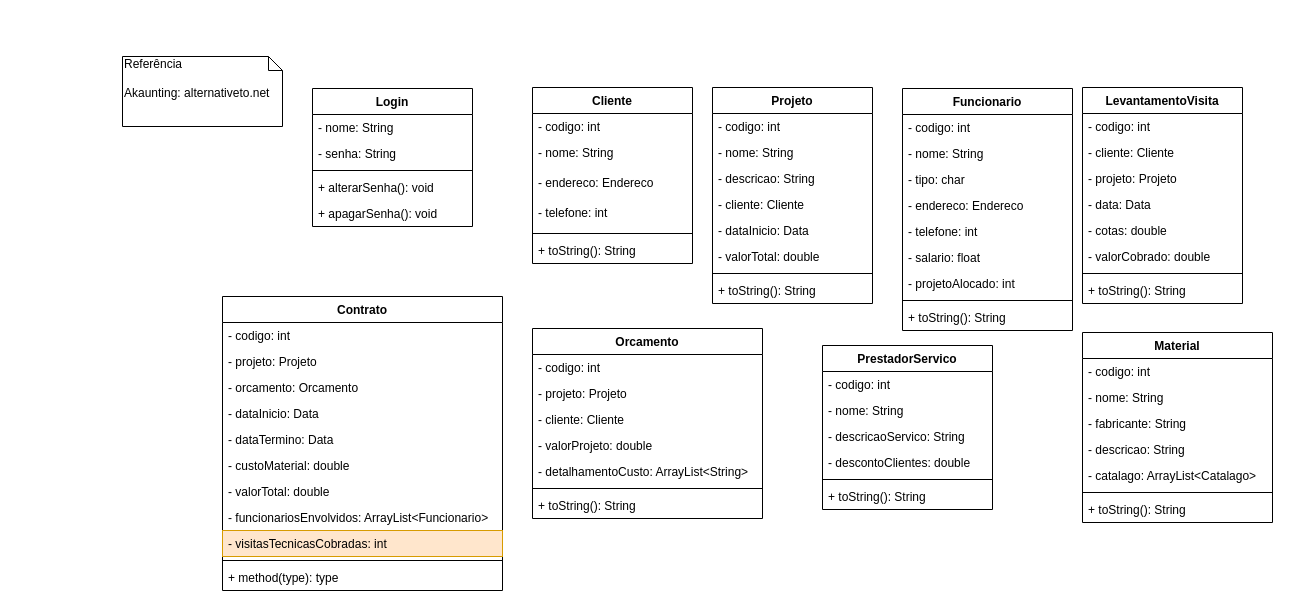
The draw.io diagram Uml_lp2.drawio in diegolima362/arquitetura, before the edit. Source tidied: cells renumbered, new cells numbered last; positions are measured from the earlier drawing's top-left corner, leaving out a move shared by most shapes. Both pictures are drawn from the tidied source at 100%, with x=0, y=0 at pixel (122, 56).
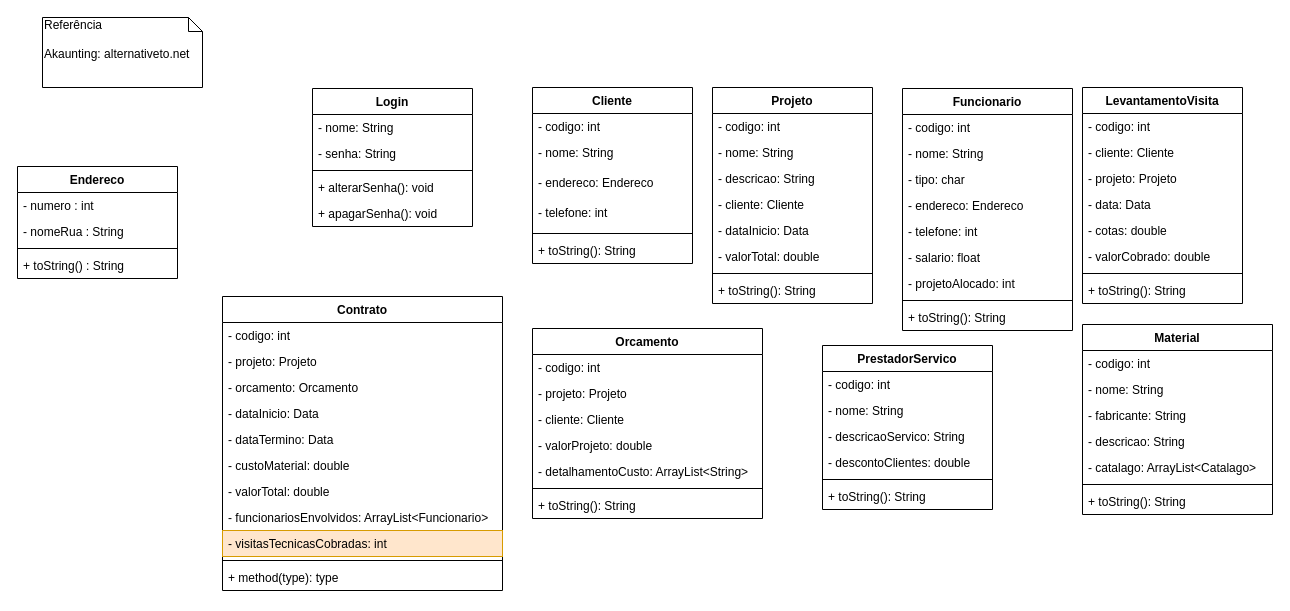
After the change.

What changed in the source:
```diff
@@
     <mxCell id="44" value="Material" style="swimlane;fontStyle=1;align=center;verticalAlign=top;horizontal=1;startSize=26;fillColor=none;gradientColor=none;" parent="1" vertex="1">
-      <mxGeometry x="960" y="276" width="190" height="190" as="geometry" />
+      <mxGeometry x="960" y="268" width="190" height="190" as="geometry" />
     </mxCell>
@@
     <mxCell id="78" value="&lt;div&gt;Referência&lt;/div&gt;&lt;div&gt;&lt;br&gt;&lt;/div&gt;&lt;div&gt;Akaunting: alternativeto.net&lt;br&gt;&lt;/div&gt;" style="shape=note;whiteSpace=wrap;html=1;size=14;verticalAlign=top;align=left;spacingTop=-6;fillColor=none;gradientColor=none;" parent="1" vertex="1">
-      <mxGeometry width="160" height="70" as="geometry" />
+      <mxGeometry x="-80" y="-39" width="160" height="70" as="geometry" />
     </mxCell>
+    <mxCell id="79" value="Endereco" style="swimlane;fontStyle=1;align=center;verticalAlign=top;horizontal=1;startSize=26;" parent="1" vertex="1">
+      <mxGeometry x="-105" y="110" width="160" height="112" as="geometry" />
+    </mxCell>
+    <mxCell id="80" value="- numero : int&#10;" style="text;strokeColor=none;fillColor=none;align=left;verticalAlign=top;spacingLeft=4;spacingRight=4;overflow=hidden;" parent="79" vertex="1">
+      <mxGeometry y="26" width="160" height="26" as="geometry" />
+    </mxCell>
+    <mxCell id="81" value="- nomeRua : String&#10;" style="text;strokeColor=none;fillColor=none;align=left;verticalAlign=top;spacingLeft=4;spacingRight=4;overflow=hidden;" parent="79" vertex="1">
+      <mxGeometry y="52" width="160" height="26" as="geometry" />
+    </mxCell>
+    <mxCell id="82" style="line;strokeWidth=1;fillColor=none;align=left;verticalAlign=middle;spacingTop=-1;spacingLeft=3;spacingRight=3;labelPosition=right;" parent="79" vertex="1">
+      <mxGeometry y="78" width="160" height="8" as="geometry" />
+    </mxCell>
+    <mxCell id="83" value="+ toString() : String" style="text;strokeColor=none;fillColor=none;align=left;verticalAlign=top;spacingLeft=4;spacingRight=4;overflow=hidden;" parent="79" vertex="1">
+      <mxGeometry y="86" width="160" height="26" as="geometry" />
+    </mxCell>
```
